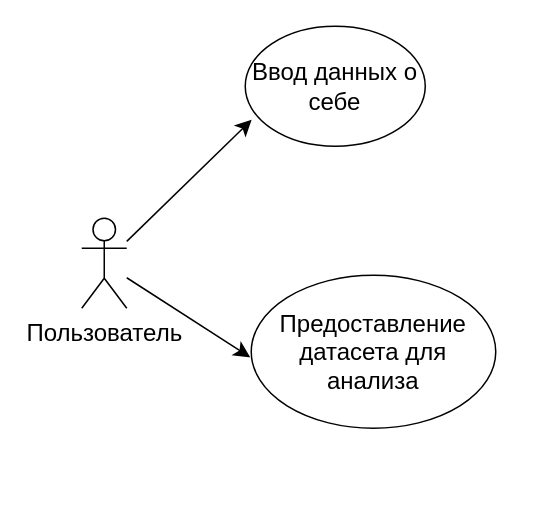
DiKachura/tppo keeps this draw.io diagram as Lab3.drawio. Above is the earlier version. Source tidied: cells renumbered, new cells numbered last; positions are measured from the earlier drawing's top-left corner, leaving out a move shared by most shapes. Both pictures are drawn from the tidied source at 150%, with x=0, y=0 at pixel (81, 26).
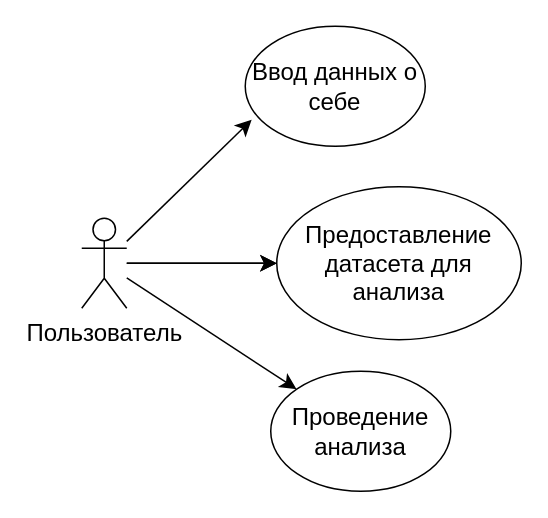
Above is the later version.

Change to the diagram source:
```diff
@@
 <mxGraphModel>
   <root>
     <mxCell id="0" />
     <mxCell id="1" parent="0" />
     <mxCell id="2" style="edgeStyle=none;curved=1;rounded=0;jettySize=auto;html=1;fontSize=12;startSize=8;endSize=8;" parent="1" edge="1" source="4">
       <mxGeometry relative="1" as="geometry">
         <mxPoint x="113.3" y="62.3" as="targetPoint" />
       </mxGeometry>
     </mxCell>
-    <mxCell id="3" style="edgeStyle=none;curved=1;rounded=0;jettySize=auto;html=1;fontSize=12;startSize=8;endSize=8;" parent="1" edge="1" source="4">
-      <mxGeometry relative="1" as="geometry">
-        <mxPoint x="112.3" y="220.7" as="targetPoint" />
-      </mxGeometry>
+    <mxCell id="3" style="edgeStyle=none;curved=1;rounded=0;jettySize=auto;html=1;fontSize=12;startSize=8;endSize=8;entryX=0;entryY=0.5;entryDx=0;entryDy=0;" parent="1" edge="1" source="4" target="6">
+      <mxGeometry relative="1" as="geometry" />
     </mxCell>
+    <mxCell id="7" style="edgeStyle=none;curved=1;rounded=0;jettySize=auto;html=1;fontSize=12;startSize=8;endSize=8;" parent="1" edge="1" source="4" target="6">
+      <mxGeometry relative="1" as="geometry" />
+    </mxCell>
+    <mxCell id="8" style="edgeStyle=none;curved=1;rounded=0;jettySize=auto;html=1;fontSize=12;startSize=8;endSize=8;" parent="1" edge="1" source="4" target="9">
+      <mxGeometry relative="1" as="geometry" />
+    </mxCell>
     <mxCell id="4" value="Пользователь" style="shape=umlActor;verticalLabelPosition=bottom;verticalAlign=top;html=1;outlineConnect=0;fontSize=16;" parent="1" vertex="1">
       <mxGeometry y="128" width="30" height="60" as="geometry" />
     </mxCell>
     <mxCell id="5" value="Ввод данных о себе" style="ellipse;whiteSpace=wrap;html=1;fontSize=16;" parent="1" vertex="1">
       <mxGeometry x="109" width="120" height="80" as="geometry" />
     </mxCell>
     <mxCell id="6" value="Предоставление датасета для анализа" style="ellipse;whiteSpace=wrap;html=1;fontSize=16;" parent="1" vertex="1">
-      <mxGeometry x="113" y="166" width="163" height="102" as="geometry" />
+      <mxGeometry x="130" y="107" width="163" height="102" as="geometry" />
     </mxCell>
+    <mxCell id="9" value="Проведение анализа" style="ellipse;whiteSpace=wrap;html=1;fontSize=16;" parent="1" vertex="1">
+      <mxGeometry x="126" y="230" width="120" height="80" as="geometry" />
+    </mxCell>
   </root>
 </mxGraphModel>
```
